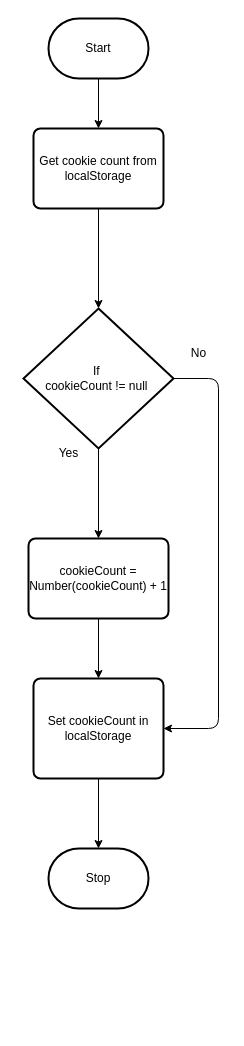
MTHS-ICD2O-1-2024/ICD2O-Unit-6-02-Shanea-Jaromay1 keeps this draw.io diagram as design/flowchart.drawio. Above is the earlier version. Source tidied: cells renumbered, new cells numbered last; positions are measured from the earlier drawing's top-left corner, leaving out a move shared by most shapes. Both pictures are drawn from the tidied source at 100%, with x=0, y=0 at pixel (23, 18).
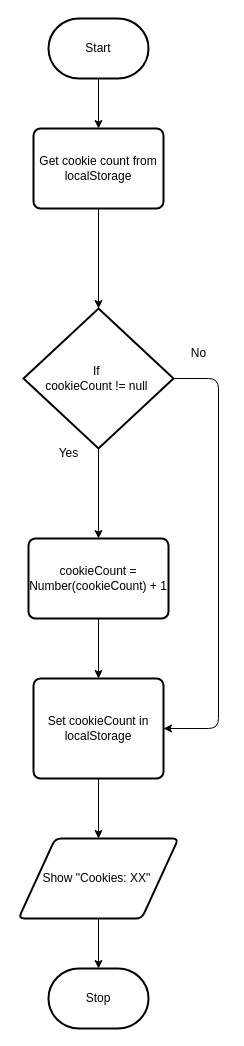
After the change.

Change to the diagram source:
```diff
@@
 <mxGraphModel>
   <root>
     <mxCell id="0" />
     <mxCell id="1" parent="0" />
     <mxCell id="2" style="edgeStyle=none;html=1;" parent="1" edge="1" source="3" target="6">
       <mxGeometry relative="1" as="geometry" />
     </mxCell>
     <mxCell id="3" value="Start" style="strokeWidth=2;html=1;shape=mxgraph.flowchart.terminator;whiteSpace=wrap;" parent="1" vertex="1">
       <mxGeometry x="25" width="100" height="60" as="geometry" />
     </mxCell>
     <mxCell id="4" value="Stop" style="strokeWidth=2;html=1;shape=mxgraph.flowchart.terminator;whiteSpace=wrap;" parent="1" vertex="1">
-      <mxGeometry x="25" y="830" width="100" height="60" as="geometry" />
+      <mxGeometry x="25" y="950" width="100" height="60" as="geometry" />
     </mxCell>
     <mxCell id="5" style="edgeStyle=none;html=1;" parent="1" edge="1" source="6" target="9">
       <mxGeometry relative="1" as="geometry" />
     </mxCell>
     <mxCell id="6" value="Get cookie count from localStorage" style="rounded=1;whiteSpace=wrap;html=1;absoluteArcSize=1;arcSize=14;strokeWidth=2;" parent="1" vertex="1">
       <mxGeometry x="10" y="110" width="130" height="80" as="geometry" />
     </mxCell>
     <mxCell id="7" style="edgeStyle=orthogonalEdgeStyle;html=1;entryX=1;entryY=0.5;entryDx=0;entryDy=0;" parent="1" edge="1" source="9" target="15">
       <mxGeometry relative="1" as="geometry">
         <Array as="points">
           <mxPoint x="195" y="360" />
           <mxPoint x="195" y="710" />
         </Array>
       </mxGeometry>
     </mxCell>
     <mxCell id="8" style="edgeStyle=none;html=1;" parent="1" edge="1" source="9" target="13">
       <mxGeometry relative="1" as="geometry" />
     </mxCell>
     <mxCell id="9" value="If&amp;nbsp;&lt;div&gt;cookieCount != null&amp;nbsp;&lt;/div&gt;" style="strokeWidth=2;html=1;shape=mxgraph.flowchart.decision;whiteSpace=wrap;" parent="1" vertex="1">
       <mxGeometry y="290" width="150" height="140" as="geometry" />
     </mxCell>
     <mxCell id="10" value="Yes" style="text;html=1;align=center;verticalAlign=middle;strokeColor=none;fillColor=none;" parent="1" vertex="1">
       <mxGeometry x="25" y="420" width="40" height="30" as="geometry" />
     </mxCell>
     <mxCell id="11" value="No" style="text;html=1;align=center;verticalAlign=middle;strokeColor=none;fillColor=none;" parent="1" vertex="1">
       <mxGeometry x="155" y="320" width="40" height="30" as="geometry" />
     </mxCell>
     <mxCell id="12" style="edgeStyle=none;html=1;" parent="1" edge="1" source="13" target="15">
       <mxGeometry relative="1" as="geometry" />
     </mxCell>
     <mxCell id="13" value="cookieCount = Number(cookieCount) + 1" style="rounded=1;whiteSpace=wrap;html=1;absoluteArcSize=1;arcSize=14;strokeWidth=2;" parent="1" vertex="1">
       <mxGeometry x="5" y="520" width="140" height="80" as="geometry" />
     </mxCell>
+    <mxCell id="16" style="edgeStyle=none;html=1;" parent="1" edge="1" source="15" target="14">
+      <mxGeometry relative="1" as="geometry" />
+    </mxCell>
+    <mxCell id="15" value="Set cookieCount in localStorage" style="rounded=1;whiteSpace=wrap;html=1;absoluteArcSize=1;arcSize=14;strokeWidth=2;" parent="1" vertex="1">
+      <mxGeometry x="10" y="660" width="130" height="100" as="geometry" />
+    </mxCell>
+    <mxCell id="17" style="edgeStyle=none;html=1;" parent="1" edge="1" source="14" target="4">
+      <mxGeometry relative="1" as="geometry" />
+    </mxCell>
-    <mxCell id="14" style="edgeStyle=none;html=1;" parent="1" edge="1" source="15" target="4">
-      <mxGeometry relative="1" as="geometry" />
+    <mxCell id="14" value="Show &quot;Cookies: XX&quot;&amp;nbsp;" style="shape=parallelogram;html=1;strokeWidth=2;perimeter=parallelogramPerimeter;whiteSpace=wrap;rounded=1;arcSize=12;size=0.23;" parent="1" vertex="1">
+      <mxGeometry x="-5" y="820" width="160" height="80" as="geometry" />
     </mxCell>
-    <mxCell id="15" value="Set cookieCount in localStorage" style="rounded=1;whiteSpace=wrap;html=1;absoluteArcSize=1;arcSize=14;strokeWidth=2;" parent="1" vertex="1">
-      <mxGeometry x="10" y="660" width="130" height="100" as="geometry" />
-    </mxCell>
   </root>
 </mxGraphModel>
```
